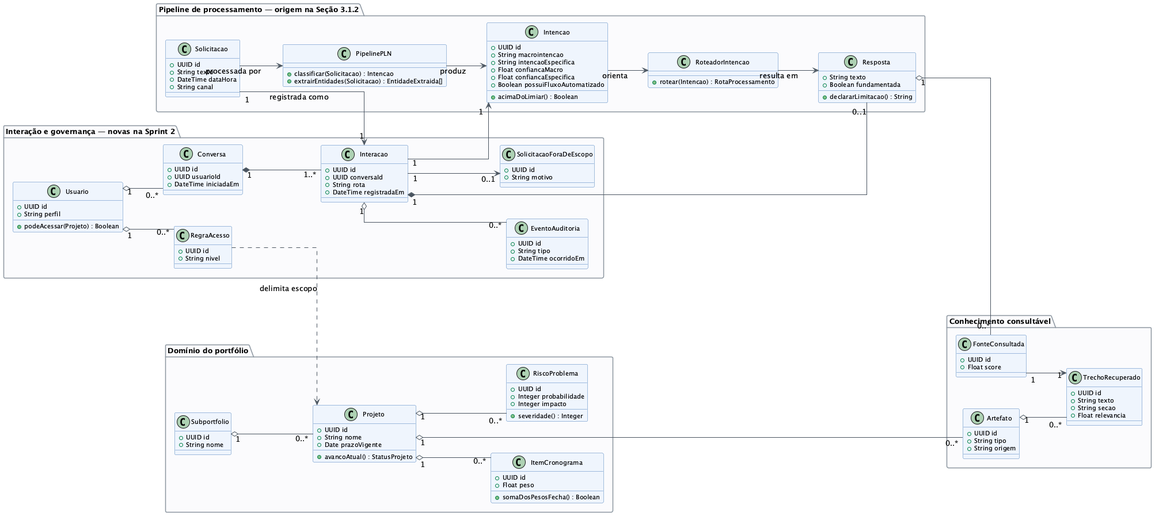
The PlantUML diagram docs/img/classes-consolidado.png in jjalmeidadev/oneshot, before a commit.
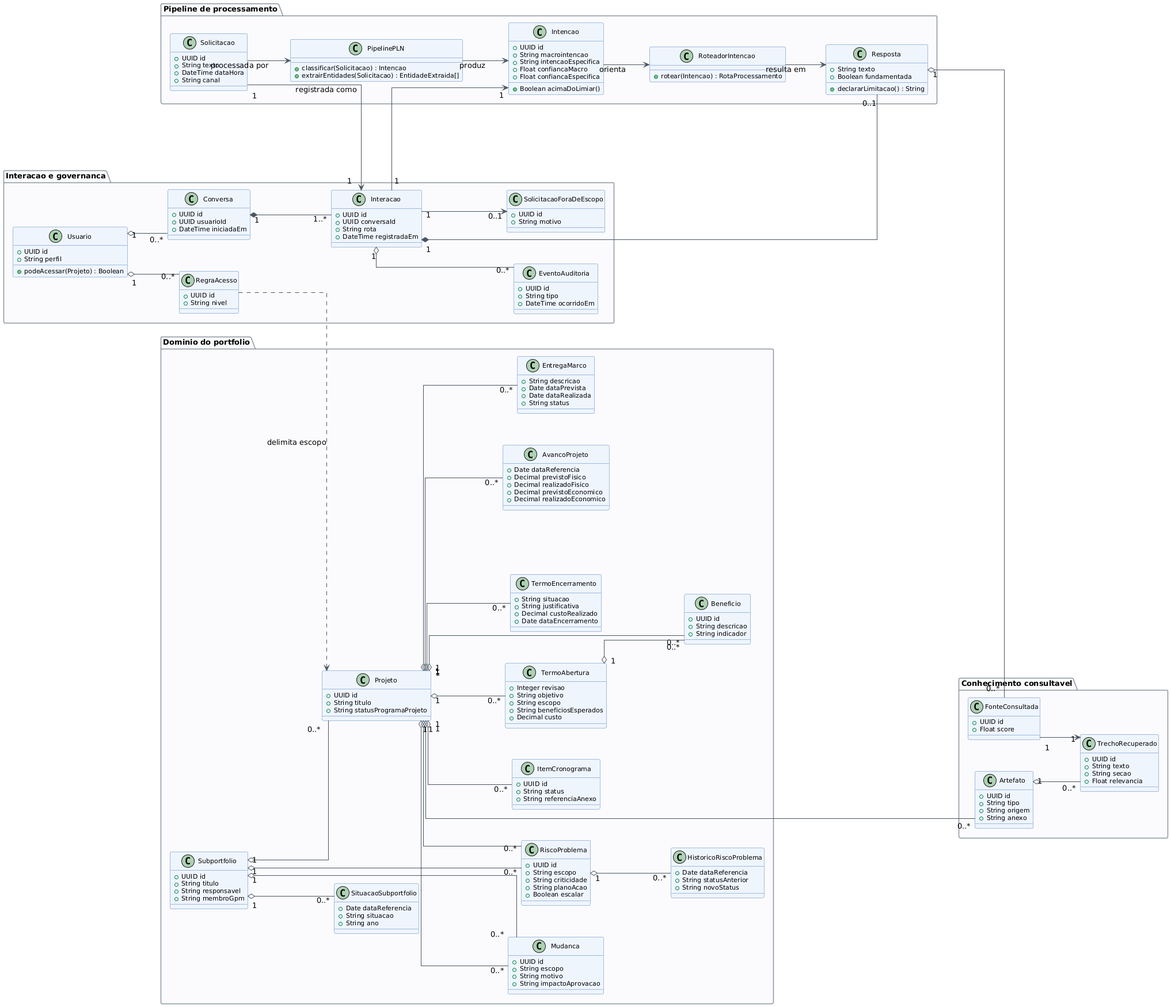
The same file after the commit.

Change to the diagram source:
```diff
@@ -1,4 +1,4 @@
-@startuml classes-consolidado
+@startuml
 
 skinparam shadowing false
 skinparam linetype ortho
@@ -20,7 +20,7 @@
 }
 left to right direction
 
-package "Pipeline de processamento — origem na Seção 3.1.2" as P1 {
+package "Pipeline de processamento" as P1 {
   class Solicitacao {
     +UUID id
     +String texto
@@ -37,8 +37,7 @@
     +String intencaoEspecifica
     +Float confiancaMacro
     +Float confiancaEspecifica
-    +Boolean possuiFluxoAutomatizado
-    +acimaDoLimiar() : Boolean
+    +Boolean acimaDoLimiar()
   }
   class RoteadorIntencao {
     +rotear(Intencao) : RotaProcessamento
@@ -50,7 +49,7 @@
   }
 }
 
-package "Interação e governança — novas na Sprint 2" as P2 {
+package "Interacao e governanca" as P2 {
   class Conversa {
     +UUID id
     +UUID usuarioId
@@ -82,11 +81,12 @@
   }
 }
 
-package "Conhecimento consultável" as P3 {
+package "Conhecimento consultavel" as P3 {
   class Artefato {
     +UUID id
     +String tipo
     +String origem
+    +String anexo
   }
   class TrechoRecuperado {
     +UUID id
@@ -100,27 +100,76 @@
   }
 }
 
-package "Domínio do portfólio" as P4 {
+package "Dominio do portfolio" as P4 {
   class Subportfolio {
     +UUID id
-    +String nome
+    +String titulo
+    +String responsavel
+    +String membroGpm
+  }
+  class SituacaoSubportfolio {
+    +Date dataReferencia
+    +String situacao
+    +String ano
   }
   class Projeto {
     +UUID id
-    +String nome
-    +Date prazoVigente
-    +avancoAtual() : StatusProjeto
+    +String titulo
+    +String statusProgramaProjeto
+  }
+  class AvancoProjeto {
+    +Date dataReferencia
+    +Decimal previstoFisico
+    +Decimal realizadoFisico
+    +Decimal previstoEconomico
+    +Decimal realizadoEconomico
+  }
+  class EntregaMarco {
+    +String descricao
+    +Date dataPrevista
+    +Date dataRealizada
+    +String status
   }
   class ItemCronograma {
     +UUID id
-    +Float peso
-    +somaDosPesosFecha() : Boolean
+    +String status
+    +String referenciaAnexo
+  }
+  class TermoAbertura {
+    +Integer revisao
+    +String objetivo
+    +String escopo
+    +String beneficiosEsperados
+    +Decimal custo
+  }
+  class TermoEncerramento {
+    +String situacao
+    +String justificativa
+    +Decimal custoRealizado
+    +Date dataEncerramento
   }
   class RiscoProblema {
     +UUID id
-    +Integer probabilidade
-    +Integer impacto
-    +severidade() : Integer
+    +String escopo
+    +String criticidade
+    +String planoAcao
+    +Boolean escalar
+  }
+  class HistoricoRiscoProblema {
+    +Date dataReferencia
+    +String statusAnterior
+    +String novoStatus
+  }
+  class Mudanca {
+    +UUID id
+    +String escopo
+    +String motivo
+    +String impactoAprovacao
+  }
+  class Beneficio {
+    +UUID id
+    +String descricao
+    +String indicador
   }
 }
 
@@ -145,8 +194,18 @@
 Artefato "1" o-- "0..*" TrechoRecuperado
 
 Subportfolio "1" o-- "0..*" Projeto
+Subportfolio "1" o-- "0..*" SituacaoSubportfolio
+Subportfolio "1" o-- "0..*" RiscoProblema
+Subportfolio "1" o-- "0..*" Mudanca
 Projeto "1" o-- "0..*" Artefato
+Projeto "1" o-- "0..*" AvancoProjeto
+Projeto "1" o-- "0..*" EntregaMarco
 Projeto "1" o-- "0..*" ItemCronograma
+Projeto "1" o-- "0..*" TermoAbertura
+Projeto "1" o-- "0..*" TermoEncerramento
 Projeto "1" o-- "0..*" RiscoProblema
-
+Projeto "1" o-- "0..*" Mudanca
+Projeto "1" o-- "0..*" Beneficio
+TermoAbertura "1" o-- "0..*" Beneficio
+RiscoProblema "1" o-- "0..*" HistoricoRiscoProblema
 @enduml
```
